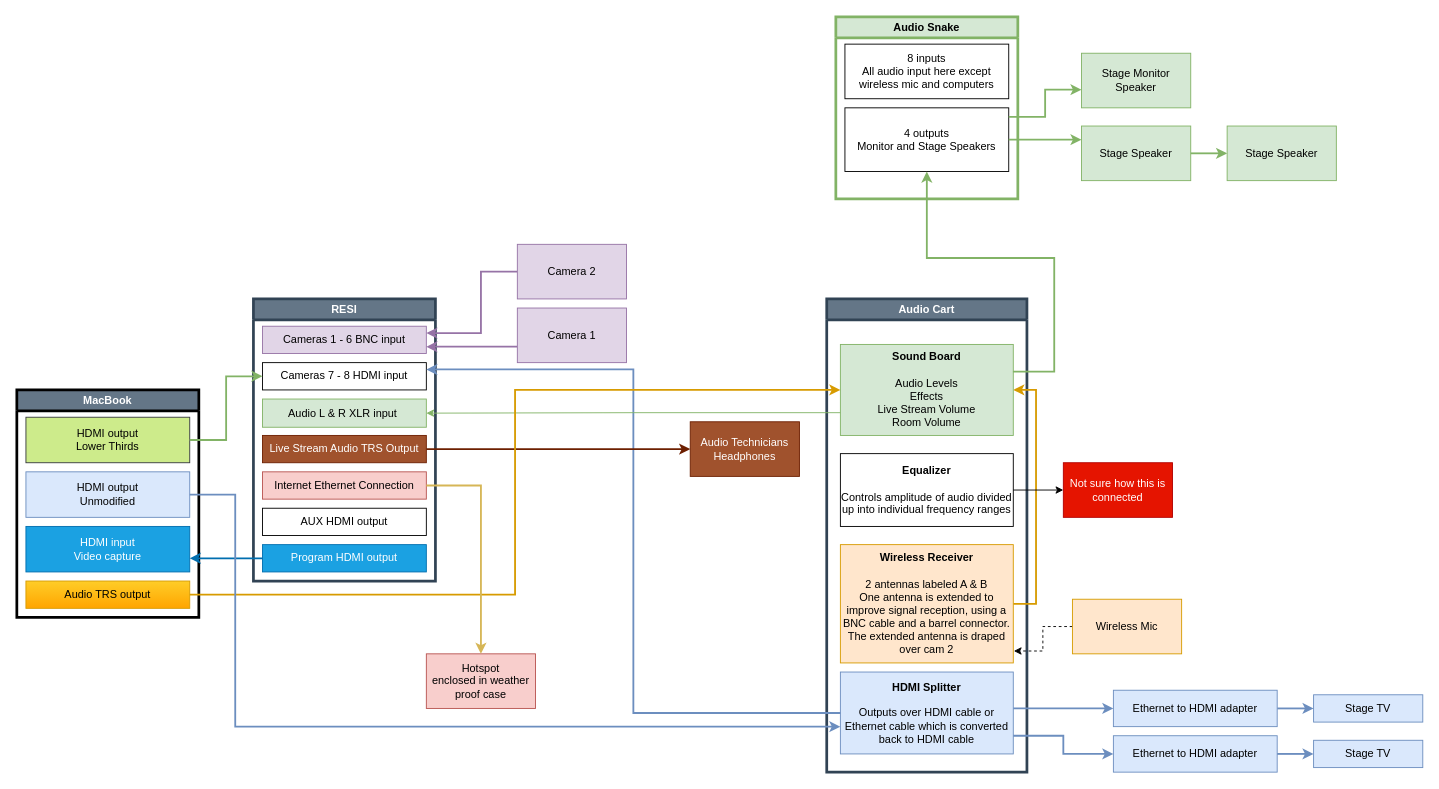
Above: main_diagram.drawio in MitchyGoodness/MCC_Tech_Docs (draw.io), before the change. Source tidied: cells renumbered, new cells numbered last; positions are measured from the earlier drawing's top-left corner, leaving out a move shared by most shapes. Both pictures are drawn from the tidied source at 91%, with x=0, y=0 at pixel (16, 16).
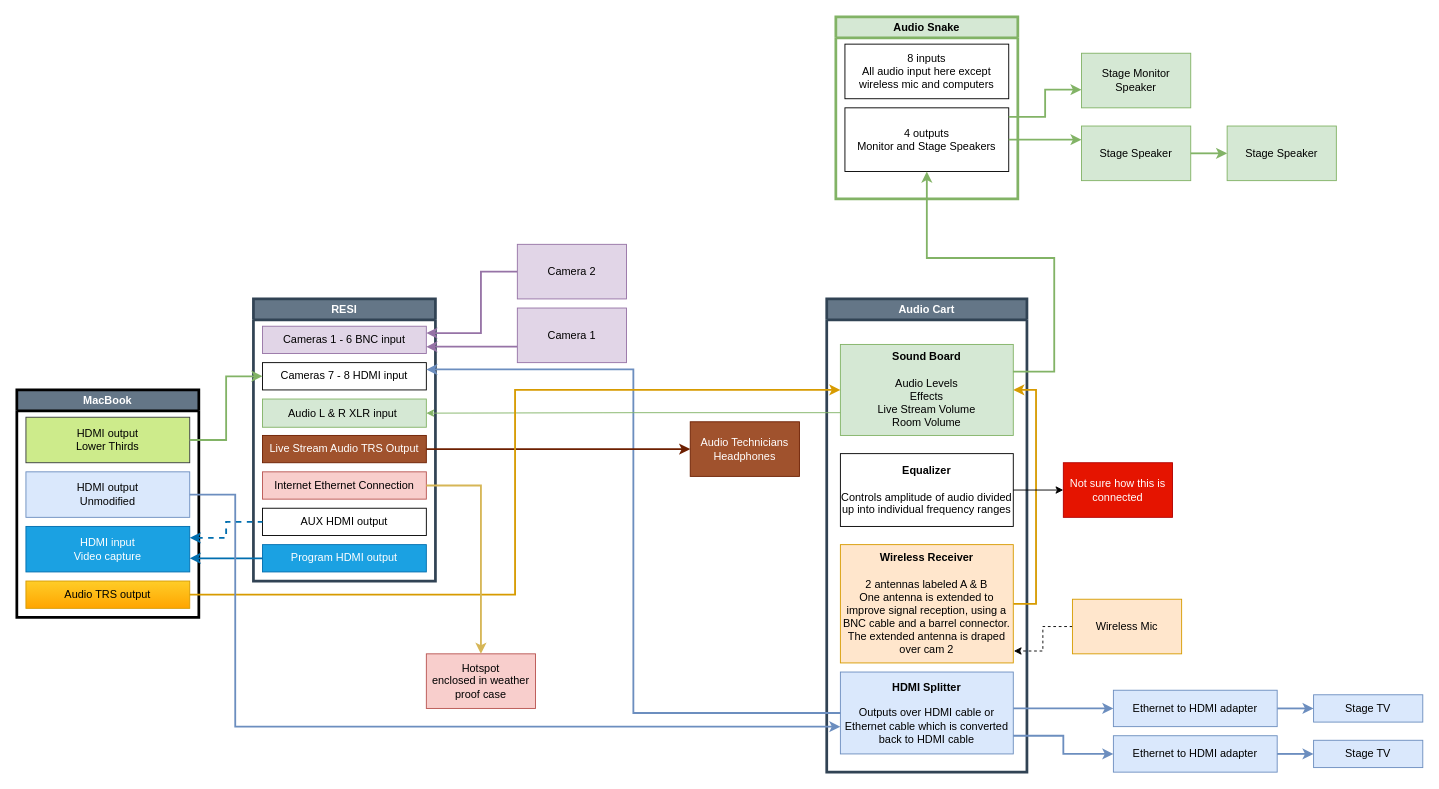
After the change.

The change refers to these unchanged cells:
```xml
<mxCell id="16" value="AUX HDMI output" style="rounded=0;whiteSpace=wrap;html=1;" parent="10" vertex="1">
  <mxGeometry x="10" y="230" width="180" height="30" as="geometry" />
</mxCell>
<mxCell id="21" value="HDMI input&lt;br&gt;Video capture" style="rounded=0;whiteSpace=wrap;html=1;fillColor=#1ba1e2;strokeColor=#006EAF;fontColor=#ffffff;" parent="18" vertex="1">
  <mxGeometry x="10" y="150" width="180" height="50" as="geometry" />
</mxCell>
```

Diff of the diagram source:
```diff
@@
+    <mxCell id="57" style="endArrow=none;html=1;strokeWidth=2;rounded=0;exitX=1;exitY=0.25;exitDx=0;exitDy=0;entryX=0;entryY=0.5;entryDx=0;entryDy=0;edgeStyle=orthogonalEdgeStyle;dashed=1;startArrow=classic;startFill=1;strokeColor=#006EAF;" parent="1" edge="1" source="21" target="16">
+      <mxGeometry relative="1" as="geometry" />
+    </mxCell>
```
